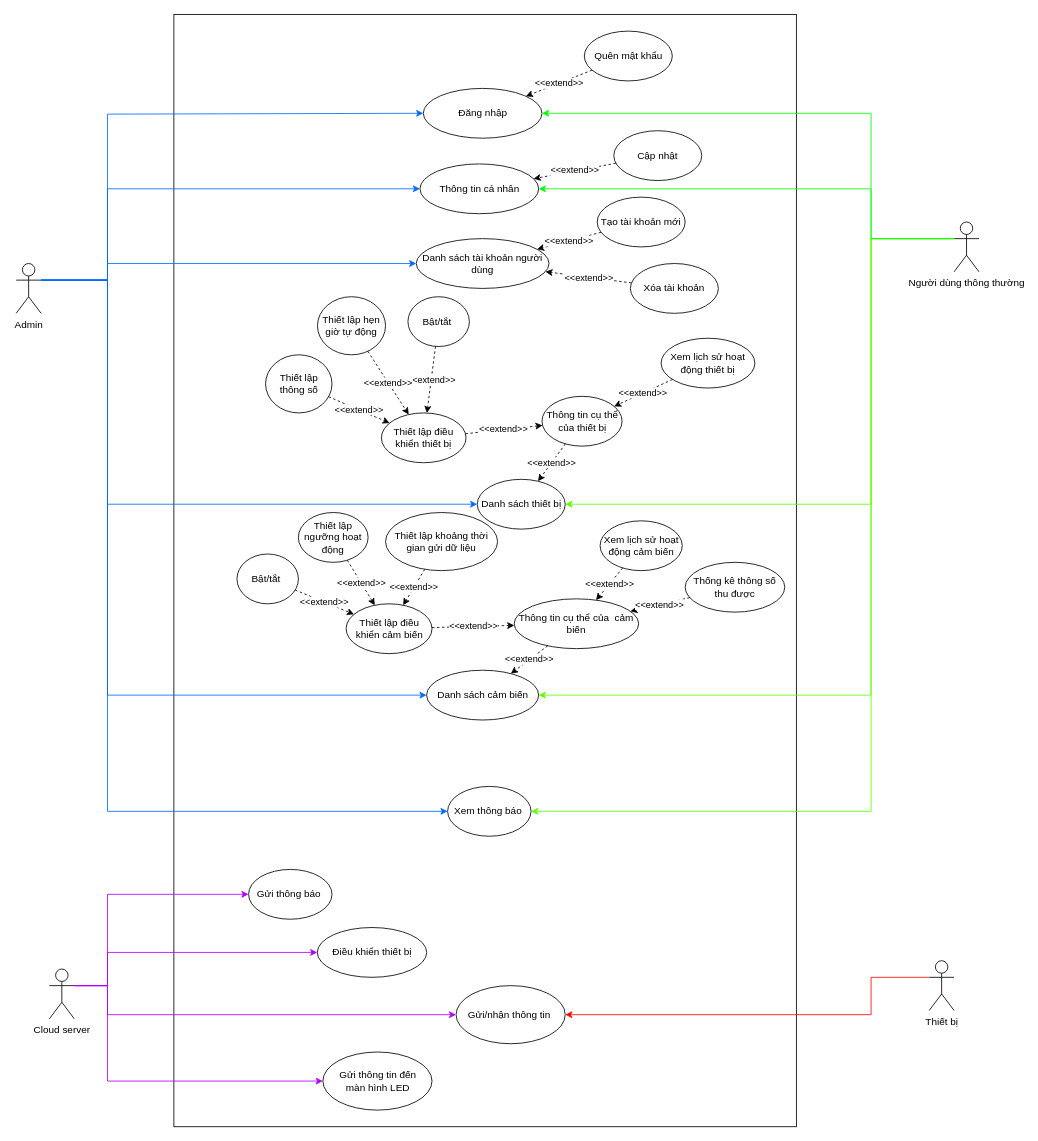
astr0tas/Smart-Home-CNPM keeps this draw.io diagram as Week 2/Use case diagram.drawio. Above is the earlier version. Source tidied: cells renumbered, new cells numbered last; positions are measured from the earlier drawing's top-left corner, leaving out a move shared by most shapes. Both pictures are drawn from the tidied source at 83%, with x=0, y=0 at pixel (16, 14).
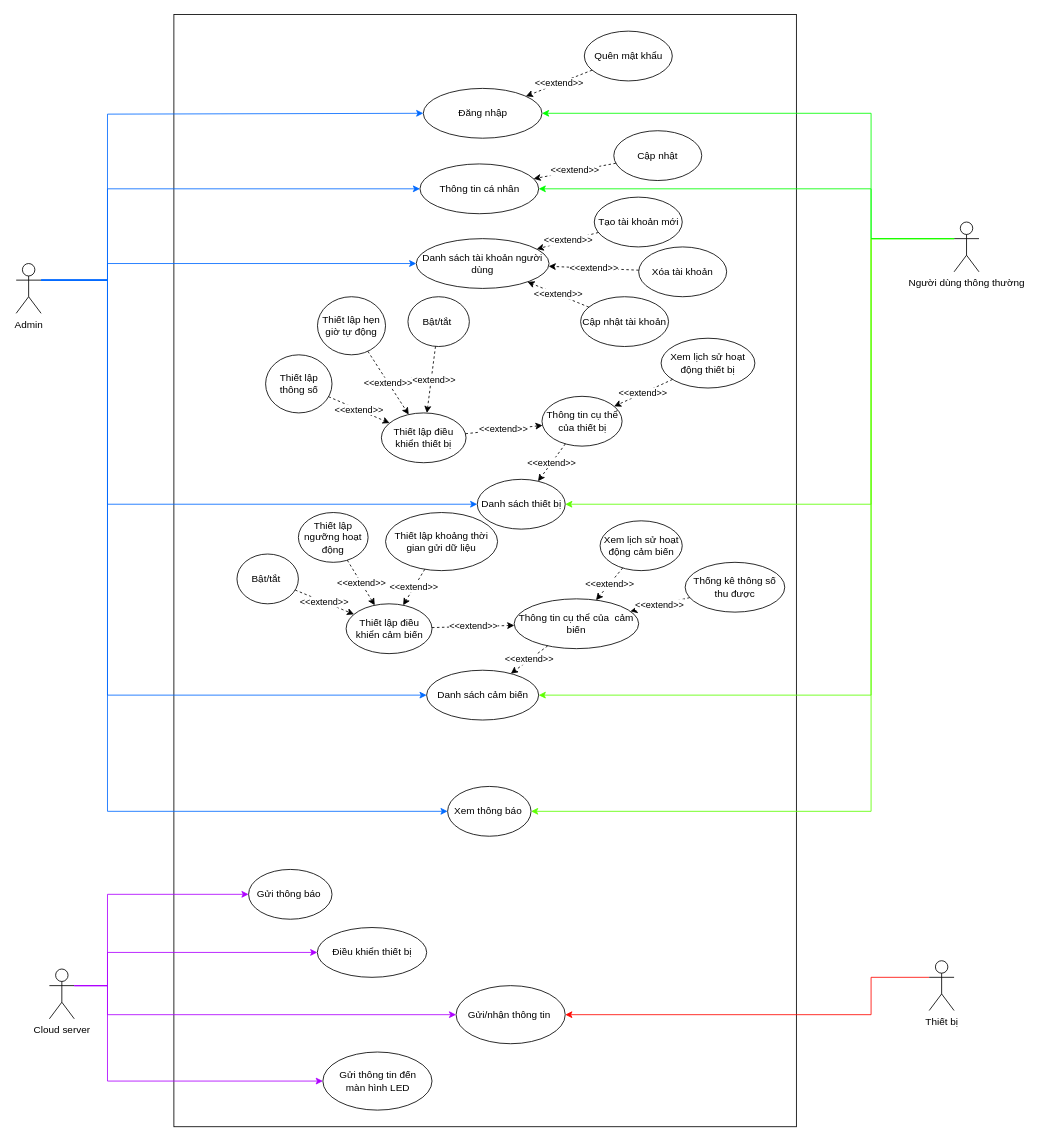
After the change.

The change refers to these unchanged cells:
```xml
<mxCell id="17" value="Danh sách tài khoản người dùng" style="ellipse;whiteSpace=wrap;html=1;" parent="1" vertex="1">
  <mxGeometry x="482" y="270" width="160" height="60" as="geometry" />
</mxCell>
```

Change to the diagram source:
```diff
@@
     <mxCell id="45" value="Tạo tài khoản mới" style="ellipse;whiteSpace=wrap;html=1;" parent="1" vertex="1">
-      <mxGeometry x="700" y="220" width="106" height="60" as="geometry" />
+      <mxGeometry x="696.5" y="220" width="106" height="60" as="geometry" />
     </mxCell>
     <mxCell id="46" value="Xóa tài khoản" style="ellipse;whiteSpace=wrap;html=1;" parent="1" vertex="1">
-      <mxGeometry x="740" y="300" width="106" height="60" as="geometry" />
+      <mxGeometry x="750" y="280" width="106" height="60" as="geometry" />
     </mxCell>
@@
+    <mxCell id="67" value="Cập nhật tài khoản" style="ellipse;whiteSpace=wrap;html=1;" parent="1" vertex="1">
+      <mxGeometry x="680" y="340" width="106" height="60" as="geometry" />
+    </mxCell>
+    <mxCell id="68" value="&amp;lt;&amp;lt;extend&amp;gt;&amp;gt;" style="endArrow=classic;html=1;rounded=0;dashed=1;" parent="1" edge="1" source="67" target="17">
+      <mxGeometry relative="1" as="geometry" />
+    </mxCell>
```
